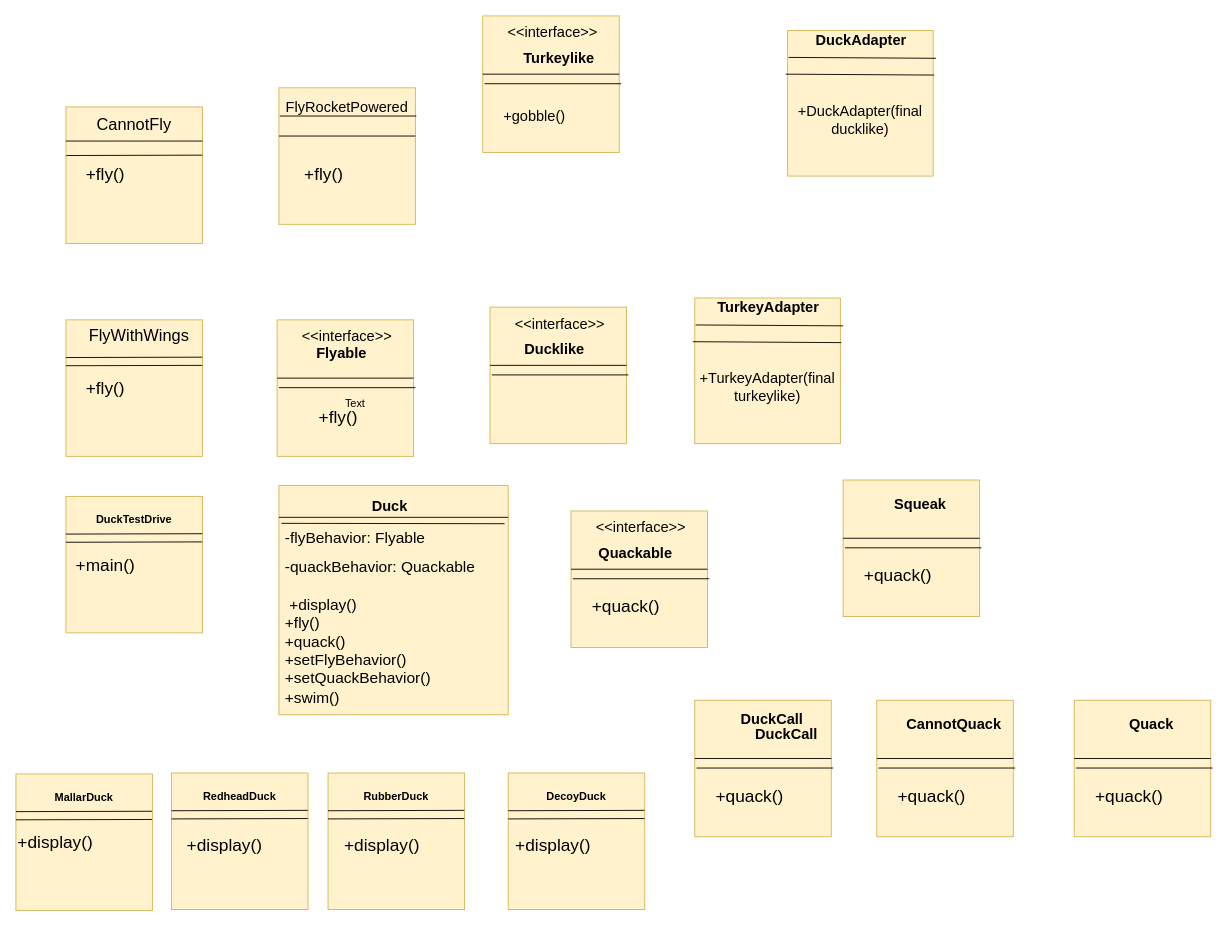
This is Untitled Diagram.drawio from ahrlab/BOX, a draw.io file, before an edit. Source tidied: cells renumbered, new cells numbered last; positions are measured from the earlier drawing's top-left corner, leaving out a move shared by most shapes. Both pictures are drawn from the tidied source at 91%, with x=0, y=0 at pixel (15, 15).
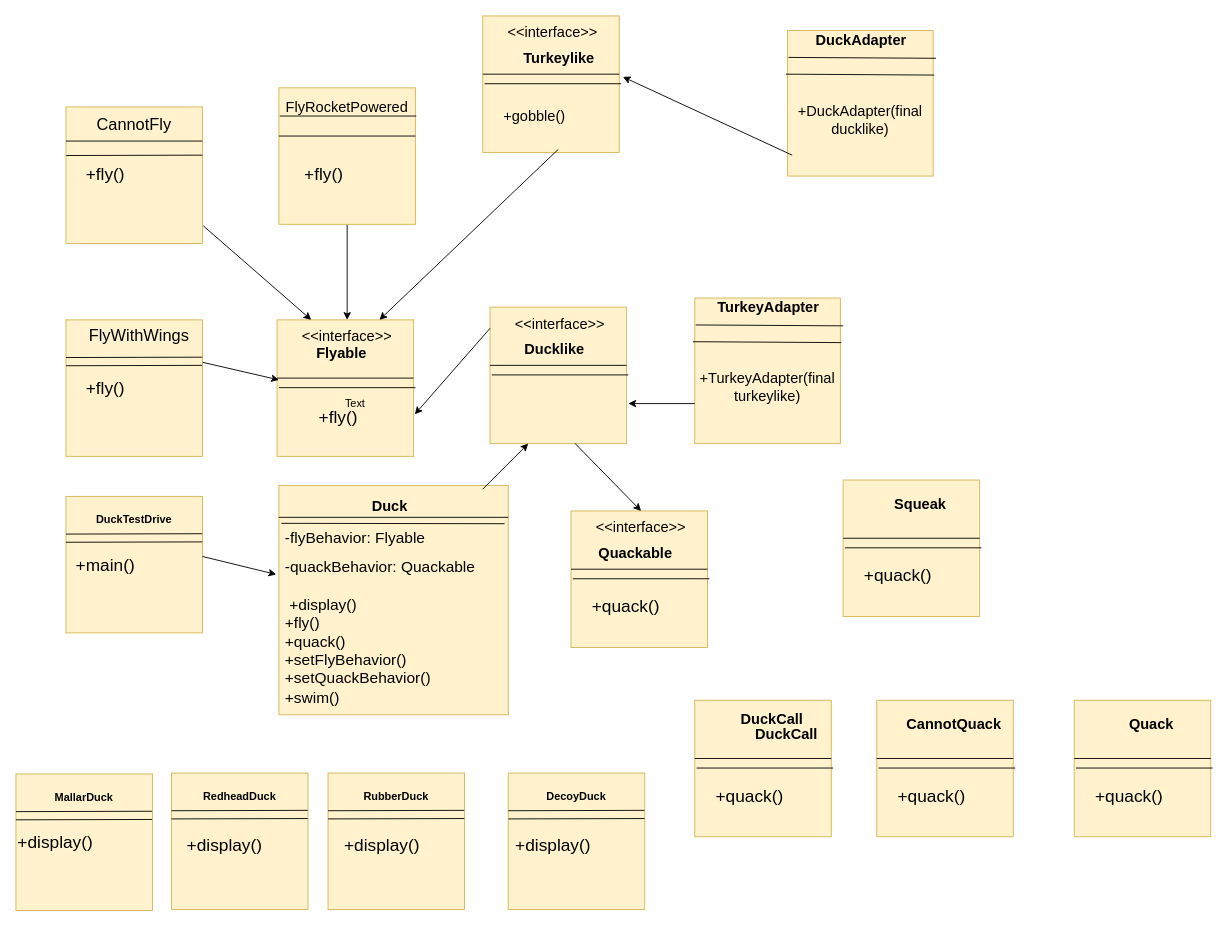
After the change.

Unchanged cells that the change refers to:
```xml
<mxCell id="2" style="whiteSpace=wrap;html=1;fillColor=#fff2cc;strokeColor=#d6b656;" parent="1" vertex="1">
  <mxGeometry x="55" y="100" width="150" height="150" as="geometry" />
</mxCell>
<mxCell id="7" style="whiteSpace=wrap;html=1;fillColor=#fff2cc;strokeColor=#d6b656;" parent="1" vertex="1">
  <mxGeometry x="289" y="79" width="150" height="150" as="geometry" />
</mxCell>
<mxCell id="28" style="whiteSpace=wrap;html=1;fillColor=#fff2cc;strokeColor=#d6b656;" parent="1" vertex="1">
  <mxGeometry x="287" y="334" width="150" height="150" as="geometry" />
</mxCell>
<mxCell id="31" value="&amp;lt;&amp;lt;interface&amp;gt;&amp;gt;" style="text;html=1;strokeColor=none;fillColor=none;align=center;verticalAlign=middle;whiteSpace=wrap;rounded=0;fontSize=16;" parent="1" vertex="1">
  <mxGeometry x="344" y="334" width="40" height="36" as="geometry" />
</mxCell>
<mxCell id="34" style="whiteSpace=wrap;html=1;fillColor=#fff2cc;strokeColor=#d6b656;" parent="1" vertex="1">
  <mxGeometry x="521" y="320" width="150" height="150" as="geometry" />
</mxCell>
<mxCell id="44" style="whiteSpace=wrap;html=1;fillColor=#fff2cc;strokeColor=#d6b656;" parent="1" vertex="1">
  <mxGeometry x="55" y="528" width="150" height="150" as="geometry" />
</mxCell>
<mxCell id="53" value="&amp;lt;&amp;lt;interface&amp;gt;&amp;gt;" style="text;html=1;strokeColor=none;fillColor=none;align=center;verticalAlign=middle;whiteSpace=wrap;rounded=0;fontSize=16;" parent="1" vertex="1">
  <mxGeometry x="667" y="544" width="40" height="36" as="geometry" />
</mxCell>
<mxCell id="80" style="whiteSpace=wrap;html=1;fillColor=#fff2cc;strokeColor=#d6b656;" parent="1" vertex="1">
  <mxGeometry x="289" y="516" width="252" height="252" as="geometry" />
</mxCell>
```

Change to the diagram source:
```diff
@@
+    <mxCell id="106" style="edgeStyle=orthogonalEdgeStyle;rounded=0;jettySize=auto;html=1;" parent="1" edge="1" source="7" target="31">
+      <mxGeometry relative="1" as="geometry" />
+    </mxCell>
@@
+    <mxCell id="107" style="endArrow=classic;html=1;exitX=1.006;exitY=0.871;exitDx=0;exitDy=0;exitPerimeter=0;entryX=0.25;entryY=0;entryDx=0;entryDy=0;" parent="1" edge="1" source="2" target="28">
+      <mxGeometry relative="1" as="geometry" />
+    </mxCell>
+    <mxCell id="108" style="endArrow=classic;html=1;exitX=1.006;exitY=0.871;exitDx=0;exitDy=0;exitPerimeter=0;entryX=1.009;entryY=0.692;entryDx=0;entryDy=0;entryPerimeter=0;" parent="1" edge="1" target="28">
+      <mxGeometry relative="1" as="geometry">
+        <mxPoint x="521" y="343.3" as="sourcePoint" />
+      </mxGeometry>
+    </mxCell>
+    <mxCell id="109" style="endArrow=classic;html=1;exitX=1.006;exitY=0.871;exitDx=0;exitDy=0;exitPerimeter=0;" parent="1" edge="1">
+      <mxGeometry relative="1" as="geometry">
+        <mxPoint x="205" y="380.6" as="sourcePoint" />
+        <mxPoint x="289" y="400" as="targetPoint" />
+      </mxGeometry>
+    </mxCell>
+    <mxCell id="110" style="endArrow=classic;html=1;exitX=1.006;exitY=0.871;exitDx=0;exitDy=0;exitPerimeter=0;entryX=0.75;entryY=0;entryDx=0;entryDy=0;" parent="1" edge="1" target="28">
+      <mxGeometry relative="1" as="geometry">
+        <mxPoint x="596" y="146.6" as="sourcePoint" />
+      </mxGeometry>
+    </mxCell>
+    <mxCell id="111" style="endArrow=classic;html=1;exitX=1.006;exitY=0.871;exitDx=0;exitDy=0;exitPerimeter=0;" parent="1" edge="1">
+      <mxGeometry relative="1" as="geometry">
+        <mxPoint x="853" y="153" as="sourcePoint" />
+        <mxPoint x="667" y="67" as="targetPoint" />
+      </mxGeometry>
+    </mxCell>
+    <mxCell id="112" style="endArrow=classic;html=1;" parent="1" edge="1">
+      <mxGeometry relative="1" as="geometry">
+        <mxPoint x="746" y="426" as="sourcePoint" />
+        <mxPoint x="673" y="426" as="targetPoint" />
+      </mxGeometry>
+    </mxCell>
+    <mxCell id="113" style="endArrow=classic;html=1;" parent="1" edge="1">
+      <mxGeometry relative="1" as="geometry">
+        <mxPoint x="513" y="520" as="sourcePoint" />
+        <mxPoint x="563" y="470" as="targetPoint" />
+      </mxGeometry>
+    </mxCell>
+    <mxCell id="114" style="endArrow=classic;html=1;exitX=0.622;exitY=0.998;exitDx=0;exitDy=0;exitPerimeter=0;entryX=0.5;entryY=0;entryDx=0;entryDy=0;" parent="1" edge="1" source="34" target="53">
+      <mxGeometry relative="1" as="geometry" />
+    </mxCell>
+    <mxCell id="115" style="endArrow=classic;html=1;entryX=-0.012;entryY=0.388;entryDx=0;entryDy=0;entryPerimeter=0;exitX=1;exitY=0.44;exitDx=0;exitDy=0;exitPerimeter=0;" parent="1" edge="1" source="44" target="80">
+      <mxGeometry relative="1" as="geometry" />
+    </mxCell>
```
